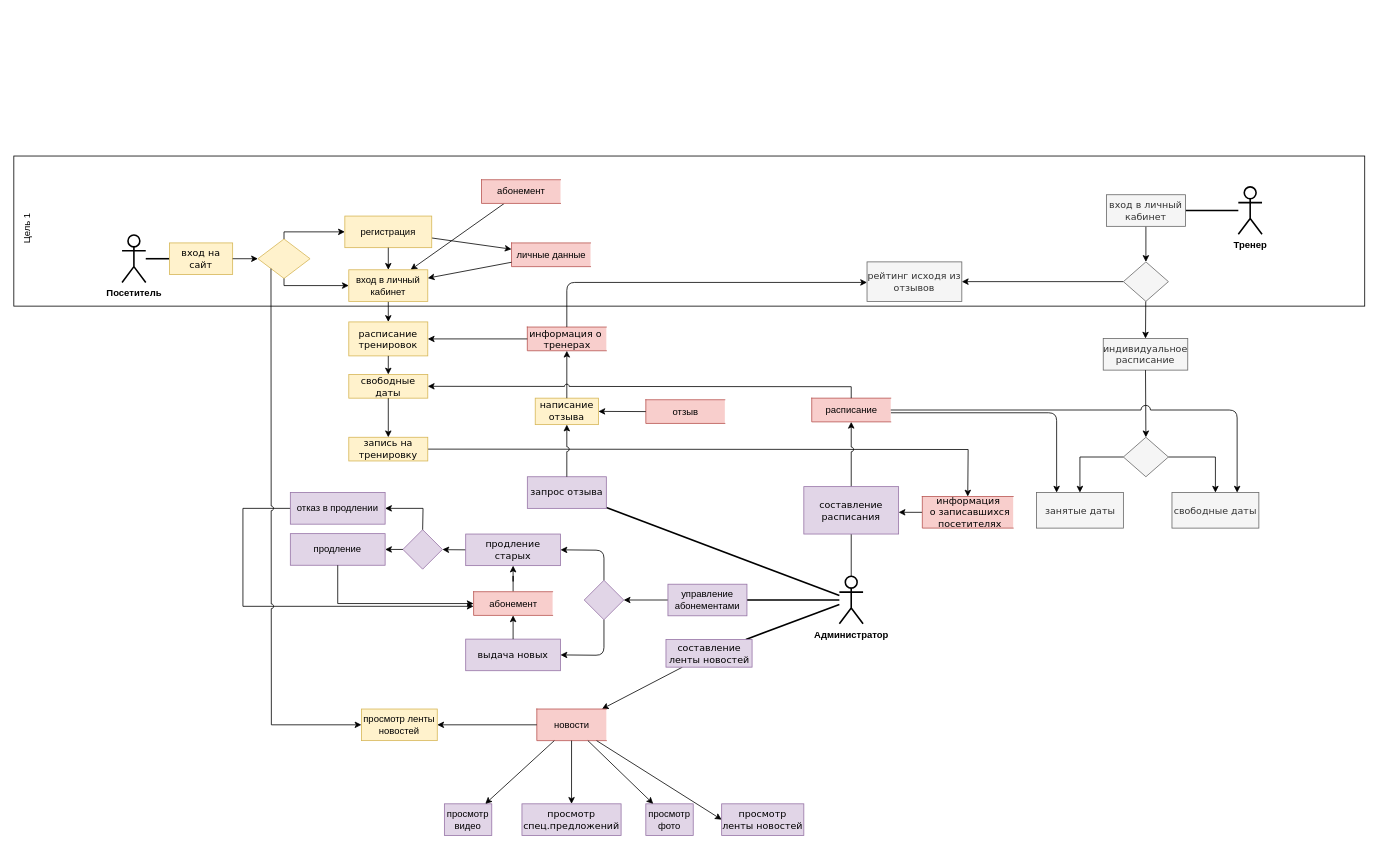
The draw.io diagram Diagrams/DFD2.drawio in yuliapyrikova/-, before the edit. Source tidied: cells renumbered, new cells numbered last; positions are measured from the earlier drawing's top-left corner, leaving out a move shared by most shapes. Both pictures are drawn from the tidied source at 79%, with x=0, y=0 at pixel (-47, 156).
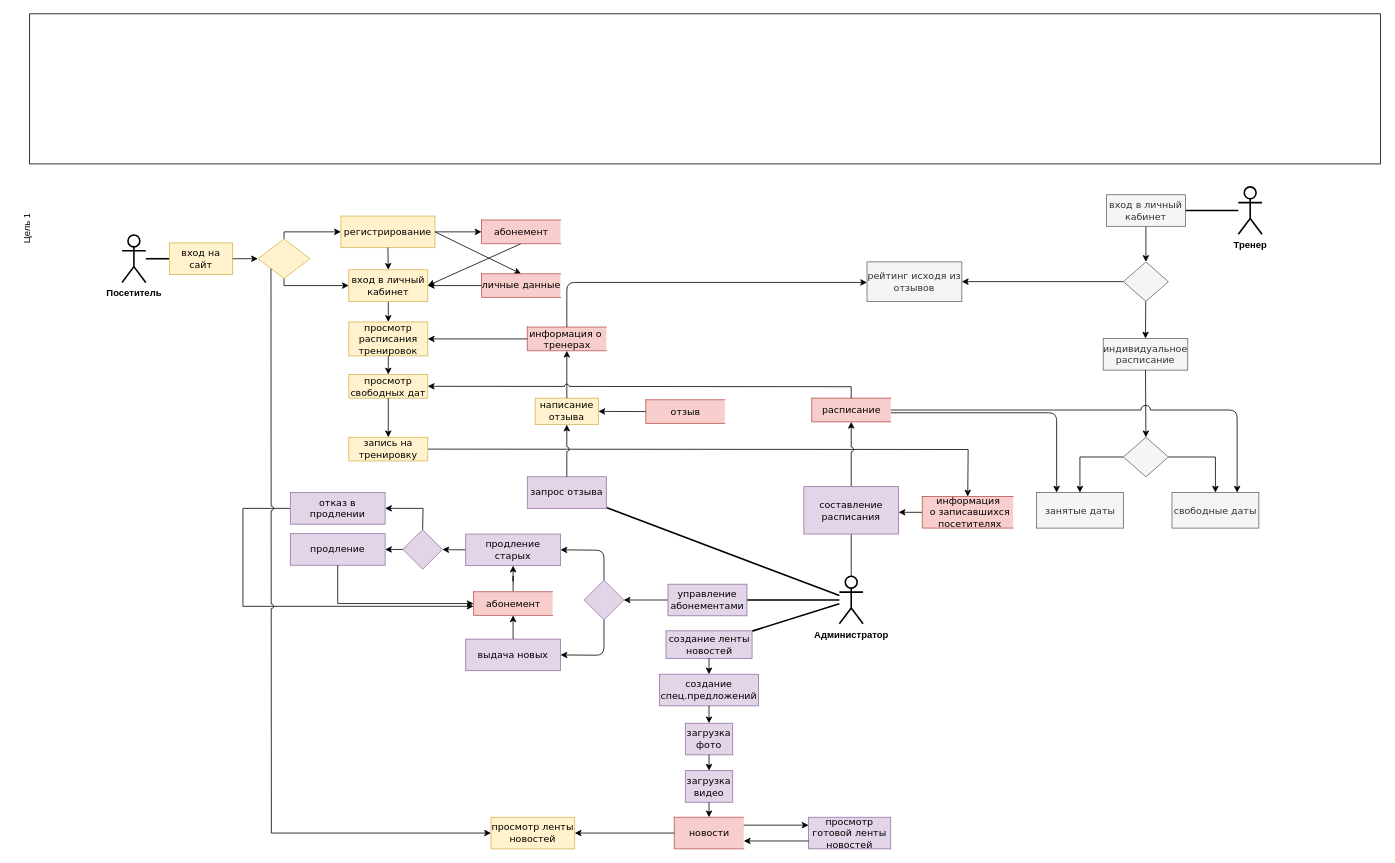
After the change.

Unchanged cells that the change refers to:
```xml
<mxCell id="56" style="rhombus;whiteSpace=wrap;html=1;fillColor=#fff2cc;strokeColor=#d6b656;" parent="1" vertex="1">
  <mxGeometry x="386" y="105" width="66" height="50" as="geometry" />
</mxCell>
```

What changed in the source:
```diff
@@
-    <mxCell id="13" value="&lt;font face=&quot;Verdana&quot;&gt;расписание тренировок&lt;/font&gt;" style="whiteSpace=wrap;html=1;rounded=0;strokeWidth=1;hachureGap=4;fillColor=#fff2cc;strokeColor=#d6b656;" parent="1" vertex="1">
+    <mxCell id="13" value="&lt;font face=&quot;Verdana&quot;&gt;просмотр&lt;br&gt;расписания тренировок&lt;/font&gt;" style="whiteSpace=wrap;html=1;rounded=0;strokeWidth=1;hachureGap=4;fillColor=#fff2cc;strokeColor=#d6b656;" parent="1" vertex="1">
       <mxGeometry x="501" y="210" width="100" height="43" as="geometry" />
     </mxCell>
-    <mxCell id="14" value="&lt;font face=&quot;Verdana&quot;&gt;свободные даты&lt;/font&gt;" style="whiteSpace=wrap;html=1;rounded=0;strokeWidth=1;hachureGap=4;fillColor=#fff2cc;strokeColor=#d6b656;" parent="1" vertex="1">
+    <mxCell id="14" value="&lt;font face=&quot;Verdana&quot;&gt;просмотр свободных дат&lt;/font&gt;" style="whiteSpace=wrap;html=1;rounded=0;strokeWidth=1;hachureGap=4;fillColor=#fff2cc;strokeColor=#d6b656;" parent="1" vertex="1">
       <mxGeometry x="501" y="276.5" width="100" height="30" as="geometry" />
     </mxCell>
@@
-    <mxCell id="33" value="управление абонементами" style="rounded=0;whiteSpace=wrap;html=1;fillColor=#e1d5e7;strokeColor=#9673a6;" parent="1" vertex="1">
+    <mxCell id="33" value="&lt;font face=&quot;Verdana&quot;&gt;управление абонементами&lt;/font&gt;" style="rounded=0;whiteSpace=wrap;html=1;fillColor=#e1d5e7;strokeColor=#9673a6;" parent="1" vertex="1">
       <mxGeometry x="905" y="542" width="100" height="40" as="geometry" />
     </mxCell>
@@
-    <mxCell id="47" style="rounded=0;jettySize=auto;html=1;startArrow=none;startFill=0;endArrow=classic;endFill=1;" parent="1" edge="1" source="48" target="51">
-      <mxGeometry relative="1" as="geometry" />
-    </mxCell>
-    <mxCell id="48" value="&lt;font face=&quot;Verdana&quot;&gt;составление ленты новостей&lt;/font&gt;" style="rounded=0;whiteSpace=wrap;html=1;strokeWidth=1;fillColor=#e1d5e7;strokeColor=#9673a6;" parent="1" vertex="1">
-      <mxGeometry x="902.5" y="612" width="109" height="35" as="geometry" />
+    <mxCell id="48" value="&lt;font face=&quot;Verdana&quot;&gt;создание ленты новостей&lt;/font&gt;" style="rounded=0;whiteSpace=wrap;html=1;strokeWidth=1;fillColor=#e1d5e7;strokeColor=#9673a6;" parent="1" vertex="1">
+      <mxGeometry x="902.5" y="601" width="109" height="35" as="geometry" />
     </mxCell>
@@
-    <mxCell id="51" value="новости" style="html=1;dashed=0;whitespace=wrap;shape=partialRectangle;right=0;fontSize=12;strokeWidth=1;fillColor=#f8cecc;strokeColor=#b85450;" parent="1" vertex="1">
-      <mxGeometry x="739" y="700" width="88" height="40" as="geometry" />
+    <mxCell id="51" value="&lt;font face=&quot;Verdana&quot;&gt;новости&lt;/font&gt;" style="html=1;dashed=0;whitespace=wrap;shape=partialRectangle;right=0;fontSize=12;strokeWidth=1;fillColor=#f8cecc;strokeColor=#b85450;" parent="1" vertex="1">
+      <mxGeometry x="913" y="837" width="88" height="40" as="geometry" />
     </mxCell>
@@
-    <mxCell id="53" value="расписание" style="html=1;dashed=0;whitespace=wrap;shape=partialRectangle;right=0;fillColor=#f8cecc;strokeColor=#b85450;" parent="1" vertex="1">
+    <mxCell id="53" value="&lt;font face=&quot;Verdana&quot;&gt;расписание&lt;/font&gt;" style="html=1;dashed=0;whitespace=wrap;shape=partialRectangle;right=0;fillColor=#f8cecc;strokeColor=#b85450;" parent="1" vertex="1">
       <mxGeometry x="1087" y="306.5" width="100" height="30" as="geometry" />
     </mxCell>
-    <mxCell id="54" value="отзыв" style="html=1;dashed=0;whitespace=wrap;shape=partialRectangle;right=0;fillColor=#f8cecc;strokeColor=#b85450;" parent="1" vertex="1">
+    <mxCell id="54" value="&lt;font face=&quot;Verdana&quot;&gt;отзыв&lt;/font&gt;" style="html=1;dashed=0;whitespace=wrap;shape=partialRectangle;right=0;fillColor=#f8cecc;strokeColor=#b85450;" parent="1" vertex="1">
       <mxGeometry x="877" y="308.5" width="100" height="30" as="geometry" />
     </mxCell>
-    <mxCell id="55" value="абонемент" style="html=1;dashed=0;whitespace=wrap;shape=partialRectangle;right=0;fillColor=#f8cecc;strokeColor=#b85450;" parent="1" vertex="1">
+    <mxCell id="55" value="&lt;font face=&quot;Verdana&quot;&gt;абонемент&lt;/font&gt;" style="html=1;dashed=0;whitespace=wrap;shape=partialRectangle;right=0;fillColor=#f8cecc;strokeColor=#b85450;" parent="1" vertex="1">
       <mxGeometry x="659" y="551.5" width="100" height="30" as="geometry" />
     </mxCell>
@@
-    <mxCell id="57" style="edgeStyle=none;rounded=0;jettySize=auto;html=1;startArrow=none;startFill=0;endArrow=classic;endFill=1;" parent="1" edge="1" source="58" target="83">
+    <mxCell id="57" style="edgeStyle=none;rounded=0;jettySize=auto;html=1;startArrow=none;startFill=0;endArrow=classic;endFill=1;exitX=1;exitY=0.5;exitDx=0;exitDy=0;entryX=0.5;entryY=0;entryDx=0;entryDy=0;" parent="1" edge="1" source="58" target="83">
       <mxGeometry relative="1" as="geometry" />
     </mxCell>
-    <mxCell id="58" value="регистрация" style="rounded=0;whiteSpace=wrap;html=1;hachureGap=4;strokeWidth=1;fillColor=#fff2cc;strokeColor=#d6b656;" parent="1" vertex="1">
-      <mxGeometry x="496" y="76" width="110" height="40" as="geometry" />
+    <mxCell id="58" value="&lt;font face=&quot;Verdana&quot;&gt;регистрирование&lt;/font&gt;" style="rounded=0;whiteSpace=wrap;html=1;hachureGap=4;strokeWidth=1;fillColor=#fff2cc;strokeColor=#d6b656;" parent="1" vertex="1">
+      <mxGeometry x="491" y="76" width="119" height="40" as="geometry" />
     </mxCell>
@@
-    <mxCell id="60" style="endArrow=classic;html=1;rounded=0;" parent="1" edge="1" source="63" target="69">
+    <mxCell id="60" style="endArrow=classic;html=1;rounded=0;exitX=0.5;exitY=1;exitDx=0;exitDy=0;entryX=1;entryY=0.5;entryDx=0;entryDy=0;" parent="1" edge="1" source="63" target="69">
       <mxGeometry relative="1" as="geometry" />
     </mxCell>
@@
-    <mxCell id="63" value="абонемент" style="html=1;dashed=0;whitespace=wrap;shape=partialRectangle;right=0;fontSize=12;strokeWidth=1;fillColor=#f8cecc;strokeColor=#b85450;" parent="1" vertex="1">
-      <mxGeometry x="669" y="30" width="100" height="30" as="geometry" />
+    <mxCell id="63" value="&lt;font face=&quot;Verdana&quot;&gt;абонемент&lt;/font&gt;" style="html=1;dashed=0;whitespace=wrap;shape=partialRectangle;right=0;fontSize=12;strokeWidth=1;fillColor=#f8cecc;strokeColor=#b85450;" parent="1" vertex="1">
+      <mxGeometry x="669" y="81" width="100" height="30" as="geometry" />
     </mxCell>
@@
-    <mxCell id="65" value="продление" style="rounded=0;whiteSpace=wrap;html=1;strokeWidth=1;fillColor=#e1d5e7;strokeColor=#9673a6;" parent="1" vertex="1">
+    <mxCell id="65" value="&lt;font face=&quot;Verdana&quot;&gt;продление&lt;/font&gt;" style="rounded=0;whiteSpace=wrap;html=1;strokeWidth=1;fillColor=#e1d5e7;strokeColor=#9673a6;" parent="1" vertex="1">
       <mxGeometry x="427" y="478" width="120" height="40" as="geometry" />
     </mxCell>
@@
-    <mxCell id="67" value="отказ в продлении" style="rounded=0;whiteSpace=wrap;html=1;strokeWidth=1;fillColor=#e1d5e7;strokeColor=#9673a6;" parent="1" vertex="1">
+    <mxCell id="67" value="&lt;font face=&quot;Verdana&quot;&gt;отказ в продлении&lt;/font&gt;" style="rounded=0;whiteSpace=wrap;html=1;strokeWidth=1;fillColor=#e1d5e7;strokeColor=#9673a6;" parent="1" vertex="1">
       <mxGeometry x="427" y="426" width="120" height="40" as="geometry" />
     </mxCell>
@@
-    <mxCell id="69" value="вход в личный кабинет" style="rounded=0;whiteSpace=wrap;html=1;hachureGap=4;strokeWidth=1;fillColor=#fff2cc;strokeColor=#d6b656;" parent="1" vertex="1">
+    <mxCell id="69" value="&lt;font face=&quot;Verdana&quot;&gt;вход в личный кабинет&lt;/font&gt;" style="rounded=0;whiteSpace=wrap;html=1;hachureGap=4;strokeWidth=1;fillColor=#fff2cc;strokeColor=#d6b656;" parent="1" vertex="1">
       <mxGeometry x="501" y="144" width="100" height="40" as="geometry" />
     </mxCell>
@@
-    <mxCell id="72" value="&lt;font face=&quot;Verdana&quot;&gt;просмотр ленты новостей&lt;/font&gt;" style="rounded=0;whiteSpace=wrap;html=1;strokeWidth=1;fillColor=#e1d5e7;strokeColor=#9673a6;" parent="1" vertex="1">
-      <mxGeometry x="973" y="820" width="104" height="40" as="geometry" />
+    <mxCell id="72" value="&lt;font face=&quot;Verdana&quot;&gt;просмотр готовой ленты новостей&lt;/font&gt;" style="rounded=0;whiteSpace=wrap;html=1;strokeWidth=1;fillColor=#e1d5e7;strokeColor=#9673a6;" parent="1" vertex="1">
+      <mxGeometry x="1083" y="837" width="104" height="40" as="geometry" />
     </mxCell>
-    <mxCell id="73" style="endArrow=classic;html=1;rounded=0;entryX=0;entryY=0.5;entryDx=0;entryDy=0;" parent="1" edge="1" source="51" target="72">
+    <mxCell id="73" style="endArrow=classic;html=1;rounded=0;exitX=1;exitY=0.25;exitDx=0;exitDy=0;entryX=0;entryY=0.25;entryDx=0;entryDy=0;" parent="1" edge="1" source="51" target="72">
       <mxGeometry relative="1" as="geometry" />
     </mxCell>
@@
-    <mxCell id="77" style="endArrow=classic;html=1;rounded=0;shadow=0;jumpStyle=arc;exitX=0;exitY=1;exitDx=0;exitDy=0;" parent="1" edge="1" source="56">
+    <mxCell id="77" style="endArrow=classic;html=1;rounded=0;shadow=0;jumpStyle=arc;exitX=0;exitY=1;exitDx=0;exitDy=0;entryX=0;entryY=0.5;entryDx=0;entryDy=0;" parent="1" edge="1" source="56" target="88">
       <mxGeometry relative="1" as="geometry">
-        <mxPoint x="517" y="720" as="targetPoint" />
         <Array as="points">
-          <mxPoint x="403" y="720" />
+          <mxPoint x="403" y="857" />
         </Array>
       </mxGeometry>
     </mxCell>
@@
-    <mxCell id="83" value="личные данные" style="html=1;dashed=0;whitespace=wrap;shape=partialRectangle;right=0;fontSize=12;strokeWidth=1;fillColor=#f8cecc;strokeColor=#b85450;" parent="1" vertex="1">
-      <mxGeometry x="707" y="110" width="100" height="30" as="geometry" />
+    <mxCell id="83" value="&lt;font face=&quot;Verdana&quot;&gt;личные данные&lt;/font&gt;" style="html=1;dashed=0;whitespace=wrap;shape=partialRectangle;right=0;fontSize=12;strokeWidth=1;fillColor=#f8cecc;strokeColor=#b85450;" parent="1" vertex="1">
+      <mxGeometry x="669" y="149" width="100" height="30" as="geometry" />
     </mxCell>
@@
-    <mxCell id="86" value="просмотр фото" style="rounded=0;whiteSpace=wrap;html=1;strokeWidth=1;fillColor=#e1d5e7;strokeColor=#9673a6;" parent="1" vertex="1">
-      <mxGeometry x="877" y="820" width="60" height="40" as="geometry" />
-    </mxCell>
-    <mxCell id="87" style="endArrow=classic;html=1;rounded=0;" parent="1" edge="1" source="51" target="86">
-      <mxGeometry relative="1" as="geometry" />
-    </mxCell>
-    <mxCell id="88" value="просмотр ленты новостей" style="rounded=0;whiteSpace=wrap;html=1;hachureGap=4;strokeWidth=1;fillColor=#fff2cc;strokeColor=#d6b656;" parent="1" vertex="1">
-      <mxGeometry x="517" y="700" width="96" height="40" as="geometry" />
+    <mxCell id="88" value="&lt;font face=&quot;Verdana&quot;&gt;просмотр ленты новостей&lt;/font&gt;" style="rounded=0;whiteSpace=wrap;html=1;hachureGap=4;strokeWidth=1;fillColor=#fff2cc;strokeColor=#d6b656;" parent="1" vertex="1">
+      <mxGeometry x="681" y="837" width="106" height="40" as="geometry" />
     </mxCell>
@@
-    <mxCell id="90" value="просмотр видео" style="rounded=0;whiteSpace=wrap;html=1;strokeWidth=1;fillColor=#e1d5e7;strokeColor=#9673a6;" parent="1" vertex="1">
-      <mxGeometry x="622" y="820" width="60" height="40" as="geometry" />
-    </mxCell>
-    <mxCell id="91" value="&lt;font face=&quot;Verdana&quot;&gt;просмотр спец.предложений&lt;/font&gt;" style="rounded=0;whiteSpace=wrap;html=1;strokeWidth=1;fillColor=#e1d5e7;strokeColor=#9673a6;" parent="1" vertex="1">
-      <mxGeometry x="720.2" y="820" width="125.5" height="40" as="geometry" />
-    </mxCell>
-    <mxCell id="92" style="endArrow=classic;html=1;rounded=0;" parent="1" edge="1" source="51" target="90">
-      <mxGeometry relative="1" as="geometry" />
-    </mxCell>
-    <mxCell id="93" style="endArrow=classic;html=1;rounded=0;" parent="1" edge="1" source="51" target="91">
-      <mxGeometry relative="1" as="geometry" />
-    </mxCell>
     <mxCell id="94" style="rounded=0;whiteSpace=wrap;html=1;fillColor=none;" parent="1" vertex="1">
-      <mxGeometry x="77" width="1710" height="190" as="geometry" />
+      <mxGeometry x="97" y="-180" width="1710" height="190" as="geometry" />
     </mxCell>
@@
+    <mxCell id="96" style="edgeStyle=none;rounded=0;jettySize=auto;html=1;startArrow=none;startFill=0;endArrow=classic;endFill=1;exitX=1;exitY=0.5;exitDx=0;exitDy=0;entryX=0;entryY=0.5;entryDx=0;entryDy=0;" parent="1" edge="1" source="58" target="63">
+      <mxGeometry relative="1" as="geometry" />
+    </mxCell>
+    <mxCell id="97" value="&lt;font face=&quot;Verdana&quot;&gt;загрузка фото&lt;/font&gt;" style="rounded=0;whiteSpace=wrap;html=1;strokeWidth=1;fillColor=#e1d5e7;strokeColor=#9673a6;" parent="1" vertex="1">
+      <mxGeometry x="927" y="718" width="60" height="40" as="geometry" />
+    </mxCell>
+    <mxCell id="98" value="&lt;font face=&quot;Verdana&quot;&gt;загрузка видео&lt;/font&gt;" style="rounded=0;whiteSpace=wrap;html=1;strokeWidth=1;fillColor=#e1d5e7;strokeColor=#9673a6;" parent="1" vertex="1">
+      <mxGeometry x="927" y="778" width="60" height="40" as="geometry" />
+    </mxCell>
+    <mxCell id="99" value="&lt;font face=&quot;Verdana&quot;&gt;создание спец.предложений&lt;/font&gt;" style="rounded=0;whiteSpace=wrap;html=1;strokeWidth=1;fillColor=#e1d5e7;strokeColor=#9673a6;" parent="1" vertex="1">
+      <mxGeometry x="894.2" y="656" width="125.5" height="40" as="geometry" />
+    </mxCell>
+    <mxCell id="100" style="endArrow=classic;html=1;rounded=0;fontFamily=Verdana;exitX=0.5;exitY=1;exitDx=0;exitDy=0;entryX=0.5;entryY=0;entryDx=0;entryDy=0;" parent="1" edge="1" source="97" target="98">
+      <mxGeometry relative="1" as="geometry" />
+    </mxCell>
+    <mxCell id="101" style="endArrow=classic;html=1;rounded=0;fontFamily=Verdana;exitX=0.5;exitY=1;exitDx=0;exitDy=0;entryX=0.5;entryY=0;entryDx=0;entryDy=0;" parent="1" edge="1" source="48" target="99">
+      <mxGeometry relative="1" as="geometry" />
+    </mxCell>
+    <mxCell id="102" style="endArrow=classic;html=1;rounded=0;fontFamily=Verdana;exitX=0.5;exitY=1;exitDx=0;exitDy=0;entryX=0.5;entryY=0;entryDx=0;entryDy=0;" parent="1" edge="1" source="99" target="97">
+      <mxGeometry relative="1" as="geometry" />
+    </mxCell>
+    <mxCell id="103" style="endArrow=classic;html=1;rounded=0;fontFamily=Verdana;exitX=0.5;exitY=1;exitDx=0;exitDy=0;entryX=0.5;entryY=0;entryDx=0;entryDy=0;" parent="1" edge="1" source="98" target="51">
+      <mxGeometry relative="1" as="geometry" />
+    </mxCell>
+    <mxCell id="104" style="endArrow=classic;html=1;rounded=0;exitX=0;exitY=0.75;exitDx=0;exitDy=0;entryX=1;entryY=0.75;entryDx=0;entryDy=0;" parent="1" edge="1" source="72" target="51">
+      <mxGeometry relative="1" as="geometry" />
+    </mxCell>
```
